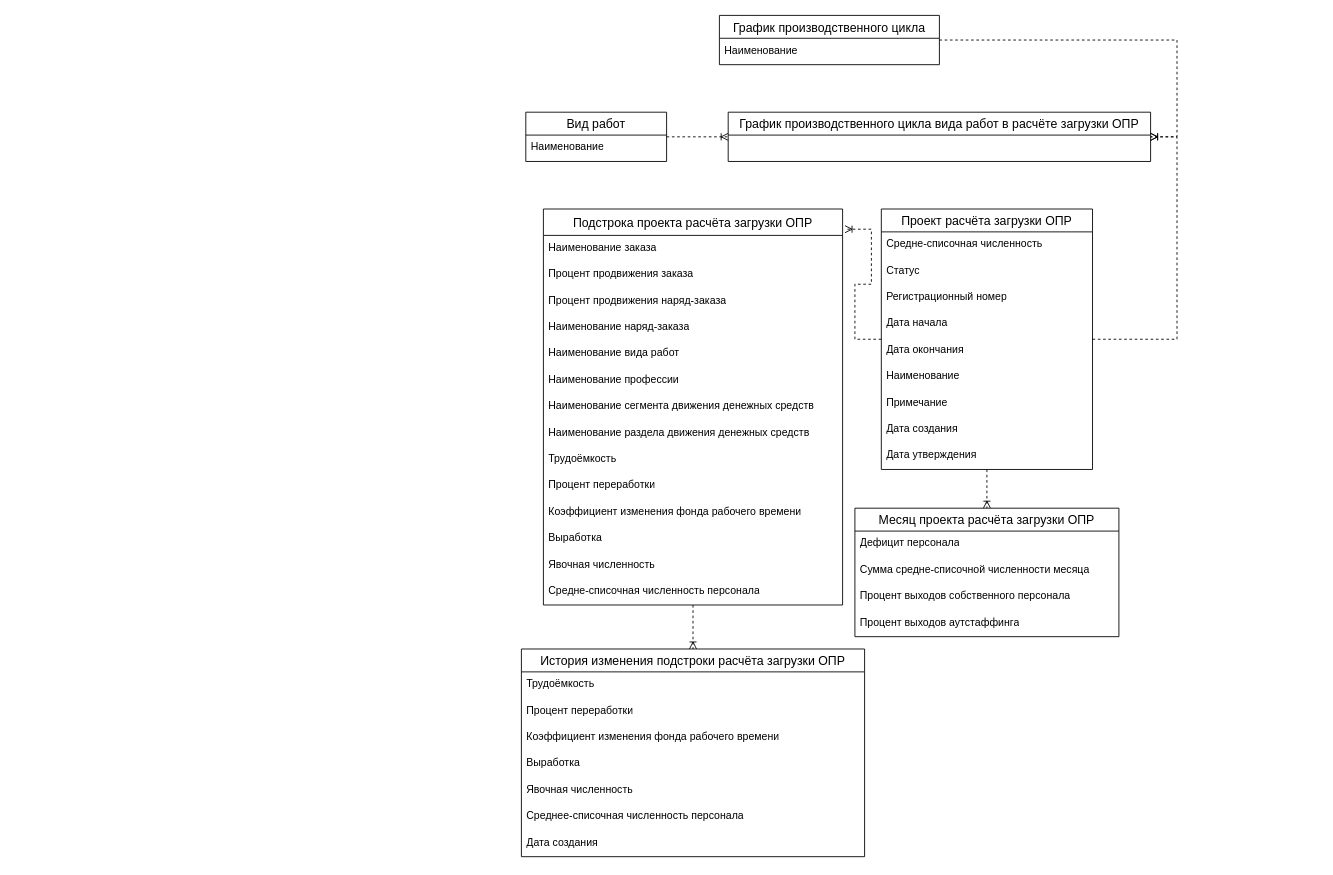
This is Логическая модель базы данных.drawio from VladZainullin/Diploma, a draw.io file, before an edit. Source tidied: cells renumbered, new cells numbered last; positions are measured from the earlier drawing's top-left corner, leaving out a move shared by most shapes. Both pictures are drawn from the tidied source at 88%, with x=0, y=0 at pixel (521, 15).
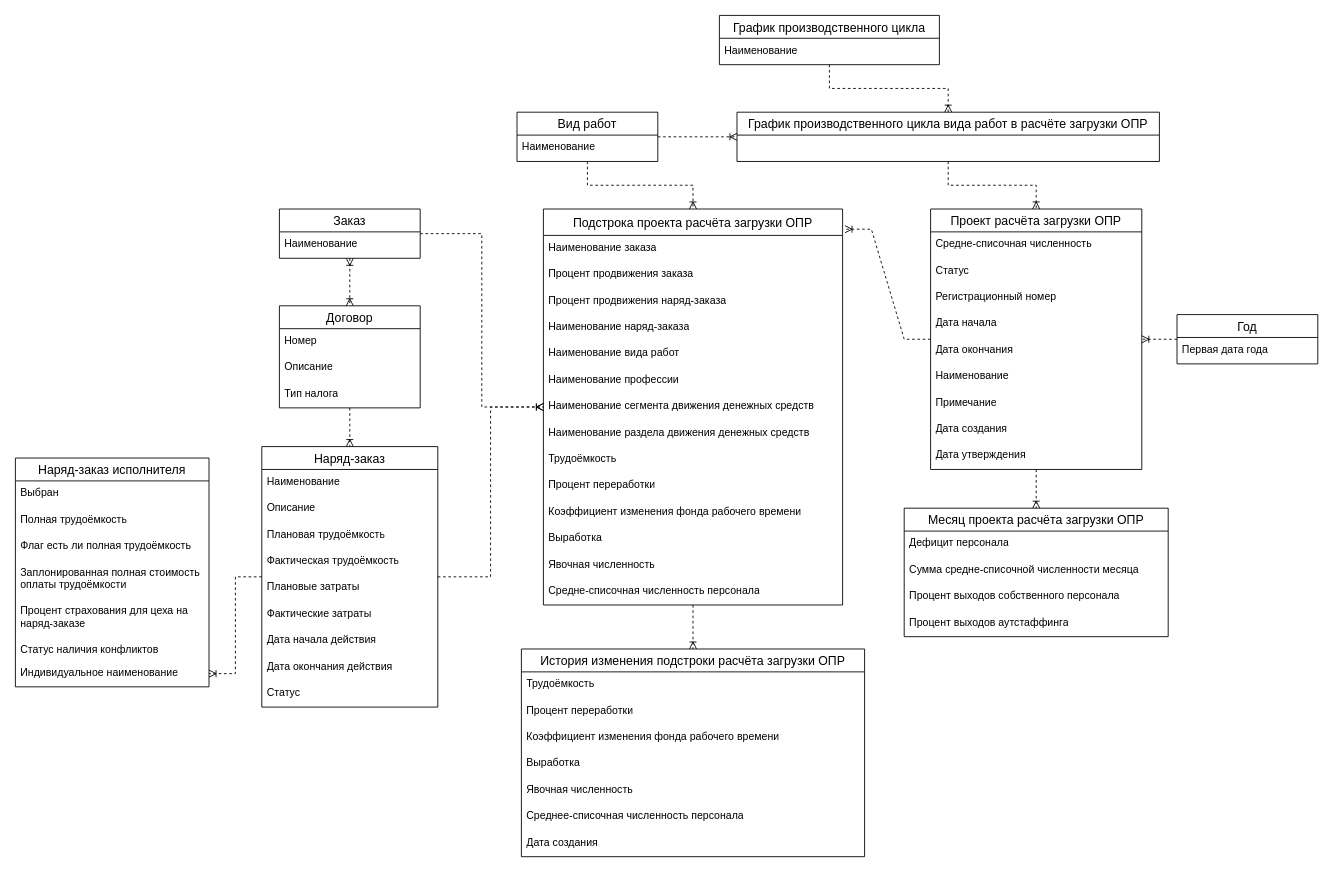
The same page after the edit.

The change refers to these unchanged cells:
```xml
<mxCell id="3" value="Подстрока проекта расчёта загрузки ОПР" style="swimlane;fontStyle=0;horizontal=1;startSize=30;align=center;fontSize=14;" parent="1" vertex="1">
  <mxGeometry x="25" y="220" width="340" height="450" as="geometry" />
</mxCell>
<mxCell id="48" value="График производственного цикла" style="swimlane;fontStyle=0;horizontal=1;startSize=26;align=center;fontSize=14;" parent="1" vertex="1">
  <mxGeometry x="225" width="250" height="56" as="geometry" />
</mxCell>
```

The edit, as a diff of the source:
```diff
@@
     <mxCell id="19" value="Проект расчёта загрузки ОПР" style="swimlane;fontStyle=0;horizontal=1;startSize=26;align=center;fontSize=14;" parent="1" vertex="1">
-      <mxGeometry x="409" y="220" width="240" height="296" as="geometry" />
+      <mxGeometry x="465" y="220" width="240" height="296" as="geometry" />
     </mxCell>
@@
     <mxCell id="30" value="Месяц проекта расчёта загрузки ОПР" style="swimlane;fontStyle=0;horizontal=1;startSize=26;align=center;fontSize=14;" parent="1" vertex="1">
-      <mxGeometry x="379" y="560" width="300" height="146" as="geometry" />
+      <mxGeometry x="435" y="560" width="300" height="146" as="geometry" />
     </mxCell>
@@
+    <mxCell id="51" style="edgeStyle=orthogonalEdgeStyle;rounded=0;jettySize=auto;html=1;dashed=1;endArrow=ERoneToMany;endFill=0;" parent="1" edge="1" source="43" target="19">
+      <mxGeometry relative="1" as="geometry" />
+    </mxCell>
     <mxCell id="43" value="График производственного цикла вида работ в расчёте загрузки ОПР" style="swimlane;fontStyle=0;horizontal=1;startSize=26;align=center;fontSize=14;" parent="1" vertex="1">
-      <mxGeometry x="235" y="110" width="480" height="56" as="geometry" />
+      <mxGeometry x="245" y="110" width="480" height="56" as="geometry" />
     </mxCell>
-    <mxCell id="44" style="edgeStyle=entityRelationEdgeStyle;fontSize=12;html=1;endArrow=ERoneToMany;rounded=0;dashed=1;" parent="1" edge="1" source="19" target="43">
-      <mxGeometry relative="1" as="geometry" />
-    </mxCell>
+    <mxCell id="52" style="edgeStyle=orthogonalEdgeStyle;rounded=0;jettySize=auto;html=1;dashed=1;endArrow=ERoneToMany;endFill=0;" parent="1" edge="1" source="45" target="3">
+      <mxGeometry relative="1" as="geometry" />
+    </mxCell>
     <mxCell id="45" value="Вид работ" style="swimlane;fontStyle=0;horizontal=1;startSize=26;align=center;fontSize=14;" parent="1" vertex="1">
-      <mxGeometry x="5" y="110" width="160" height="56" as="geometry" />
+      <mxGeometry x="-5" y="110" width="160" height="56" as="geometry" />
     </mxCell>
@@
+    <mxCell id="50" style="edgeStyle=orthogonalEdgeStyle;rounded=0;jettySize=auto;html=1;dashed=1;endArrow=ERoneToMany;endFill=0;" parent="1" edge="1" source="48" target="43">
+      <mxGeometry relative="1" as="geometry" />
+    </mxCell>
@@
-    <mxCell id="50" style="edgeStyle=entityRelationEdgeStyle;fontSize=12;html=1;endArrow=ERoneToMany;rounded=0;dashed=1;" parent="1" edge="1" source="48" target="43">
-      <mxGeometry relative="1" as="geometry" />
-    </mxCell>
+    <mxCell id="53" style="edgeStyle=orthogonalEdgeStyle;rounded=0;jettySize=auto;html=1;dashed=1;endArrow=ERoneToMany;endFill=0;" parent="1" edge="1" source="55" target="3">
+      <mxGeometry relative="1" as="geometry" />
+    </mxCell>
+    <mxCell id="54" style="edgeStyle=orthogonalEdgeStyle;rounded=0;jettySize=auto;html=1;dashed=1;endArrow=ERoneToMany;endFill=0;" parent="1" edge="1" source="55" target="72">
+      <mxGeometry relative="1" as="geometry" />
+    </mxCell>
+    <mxCell id="55" value="Наряд-заказ" style="swimlane;fontStyle=0;horizontal=1;startSize=26;align=center;fontSize=14;" parent="1" vertex="1">
+      <mxGeometry x="-295" y="490" width="200" height="296" as="geometry" />
+    </mxCell>
+    <mxCell id="56" value="Наименование" style="text;strokeColor=none;fillColor=none;spacingLeft=4;spacingRight=4;overflow=hidden;fontSize=12;whiteSpace=wrap;html=1;" parent="55" vertex="1">
+      <mxGeometry y="26" width="200" height="30" as="geometry" />
+    </mxCell>
+    <mxCell id="57" value="Описание" style="text;strokeColor=none;fillColor=none;spacingLeft=4;spacingRight=4;overflow=hidden;fontSize=12;whiteSpace=wrap;html=1;" parent="55" vertex="1">
+      <mxGeometry y="56" width="200" height="30" as="geometry" />
+    </mxCell>
+    <mxCell id="58" value="Плановая трудоёмкость" style="text;strokeColor=none;fillColor=none;spacingLeft=4;spacingRight=4;overflow=hidden;fontSize=12;whiteSpace=wrap;html=1;" parent="55" vertex="1">
+      <mxGeometry y="86" width="200" height="30" as="geometry" />
+    </mxCell>
+    <mxCell id="59" value="Фактическая трудоёмкость" style="text;strokeColor=none;fillColor=none;spacingLeft=4;spacingRight=4;overflow=hidden;fontSize=12;whiteSpace=wrap;html=1;" parent="55" vertex="1">
+      <mxGeometry y="116" width="200" height="30" as="geometry" />
+    </mxCell>
+    <mxCell id="60" value="Плановые затраты" style="text;strokeColor=none;fillColor=none;spacingLeft=4;spacingRight=4;overflow=hidden;fontSize=12;whiteSpace=wrap;html=1;" parent="55" vertex="1">
+      <mxGeometry y="146" width="200" height="30" as="geometry" />
+    </mxCell>
+    <mxCell id="61" value="Фактические затраты" style="text;strokeColor=none;fillColor=none;spacingLeft=4;spacingRight=4;overflow=hidden;fontSize=12;whiteSpace=wrap;html=1;" parent="55" vertex="1">
+      <mxGeometry y="176" width="200" height="30" as="geometry" />
+    </mxCell>
+    <mxCell id="62" value="Дата начала действия" style="text;strokeColor=none;fillColor=none;spacingLeft=4;spacingRight=4;overflow=hidden;fontSize=12;whiteSpace=wrap;html=1;" parent="55" vertex="1">
+      <mxGeometry y="206" width="200" height="30" as="geometry" />
+    </mxCell>
+    <mxCell id="63" value="Дата окончания действия" style="text;strokeColor=none;fillColor=none;spacingLeft=4;spacingRight=4;overflow=hidden;fontSize=12;whiteSpace=wrap;html=1;" parent="55" vertex="1">
+      <mxGeometry y="236" width="200" height="30" as="geometry" />
+    </mxCell>
+    <mxCell id="64" value="Статус" style="text;strokeColor=none;fillColor=none;spacingLeft=4;spacingRight=4;overflow=hidden;fontSize=12;whiteSpace=wrap;html=1;" parent="55" vertex="1">
+      <mxGeometry y="266" width="200" height="30" as="geometry" />
+    </mxCell>
+    <mxCell id="65" value="Наряд-заказ исполнителя" style="swimlane;fontStyle=0;horizontal=1;startSize=26;align=center;fontSize=14;" parent="1" vertex="1">
+      <mxGeometry x="-575" y="503" width="220" height="260" as="geometry" />
+    </mxCell>
+    <mxCell id="66" value="Выбран" style="text;strokeColor=none;fillColor=none;spacingLeft=4;spacingRight=4;overflow=hidden;fontSize=12;whiteSpace=wrap;html=1;" parent="65" vertex="1">
+      <mxGeometry y="26" width="220" height="30" as="geometry" />
+    </mxCell>
+    <mxCell id="67" value="Полная трудоёмкость" style="text;strokeColor=none;fillColor=none;spacingLeft=4;spacingRight=4;overflow=hidden;fontSize=12;whiteSpace=wrap;html=1;" parent="65" vertex="1">
+      <mxGeometry y="56" width="220" height="30" as="geometry" />
+    </mxCell>
+    <mxCell id="68" value="Флаг есть ли полная трудоёмкость" style="text;strokeColor=none;fillColor=none;spacingLeft=4;spacingRight=4;overflow=hidden;fontSize=12;whiteSpace=wrap;html=1;" parent="65" vertex="1">
+      <mxGeometry y="86" width="220" height="30" as="geometry" />
+    </mxCell>
+    <mxCell id="69" value="Заплонированная полная стоимость оплаты трудоёмкости" style="text;strokeColor=none;fillColor=none;spacingLeft=4;spacingRight=4;overflow=hidden;fontSize=12;whiteSpace=wrap;html=1;" parent="65" vertex="1">
+      <mxGeometry y="116" width="220" height="44" as="geometry" />
+    </mxCell>
+    <mxCell id="70" value="Процент страхования для цеха на наряд-заказе" style="text;strokeColor=none;fillColor=none;spacingLeft=4;spacingRight=4;overflow=hidden;fontSize=12;whiteSpace=wrap;html=1;" parent="65" vertex="1">
+      <mxGeometry y="160" width="220" height="44" as="geometry" />
+    </mxCell>
+    <mxCell id="71" value="Статус наличия конфликтов" style="text;strokeColor=none;fillColor=none;spacingLeft=4;spacingRight=4;overflow=hidden;fontSize=12;whiteSpace=wrap;html=1;" parent="65" vertex="1">
+      <mxGeometry y="204" width="220" height="26" as="geometry" />
+    </mxCell>
+    <mxCell id="72" value="Индивидуальное наименование" style="text;strokeColor=none;fillColor=none;spacingLeft=4;spacingRight=4;overflow=hidden;points=[[0,0.5],[1,0.5]];portConstraint=eastwest;fontSize=12;whiteSpace=wrap;html=1;" parent="65" vertex="1">
+      <mxGeometry y="230" width="220" height="30" as="geometry" />
+    </mxCell>
+    <mxCell id="73" style="edgeStyle=orthogonalEdgeStyle;rounded=0;jettySize=auto;html=1;dashed=1;endArrow=ERoneToMany;endFill=0;" parent="1" edge="1" source="74" target="19">
+      <mxGeometry relative="1" as="geometry" />
+    </mxCell>
+    <mxCell id="74" value="Год" style="swimlane;fontStyle=0;horizontal=1;startSize=26;align=center;fontSize=14;" parent="1" vertex="1">
+      <mxGeometry x="745" y="340" width="160" height="56" as="geometry" />
+    </mxCell>
+    <mxCell id="75" value="Первая дата года" style="text;strokeColor=none;fillColor=none;spacingLeft=4;spacingRight=4;overflow=hidden;fontSize=12;whiteSpace=wrap;html=1;" parent="74" vertex="1">
+      <mxGeometry y="26" width="160" height="30" as="geometry" />
+    </mxCell>
+    <mxCell id="76" style="edgeStyle=orthogonalEdgeStyle;rounded=0;jettySize=auto;html=1;dashed=1;endArrow=ERoneToMany;endFill=0;" parent="1" edge="1" source="77" target="55">
+      <mxGeometry relative="1" as="geometry" />
+    </mxCell>
+    <mxCell id="77" value="Договор" style="swimlane;fontStyle=0;horizontal=1;startSize=26;align=center;fontSize=14;" parent="1" vertex="1">
+      <mxGeometry x="-275" y="330" width="160" height="116" as="geometry" />
+    </mxCell>
+    <mxCell id="78" value="Номер" style="text;strokeColor=none;fillColor=none;spacingLeft=4;spacingRight=4;overflow=hidden;fontSize=12;whiteSpace=wrap;html=1;" parent="77" vertex="1">
+      <mxGeometry y="26" width="160" height="30" as="geometry" />
+    </mxCell>
+    <mxCell id="79" value="Описание" style="text;strokeColor=none;fillColor=none;spacingLeft=4;spacingRight=4;overflow=hidden;fontSize=12;whiteSpace=wrap;html=1;" parent="77" vertex="1">
+      <mxGeometry y="56" width="160" height="30" as="geometry" />
+    </mxCell>
+    <mxCell id="80" value="Тип налога" style="text;strokeColor=none;fillColor=none;spacingLeft=4;spacingRight=4;overflow=hidden;fontSize=12;whiteSpace=wrap;html=1;" parent="77" vertex="1">
+      <mxGeometry y="86" width="160" height="30" as="geometry" />
+    </mxCell>
+    <mxCell id="81" style="edgeStyle=orthogonalEdgeStyle;rounded=0;jettySize=auto;html=1;dashed=1;endArrow=ERoneToMany;endFill=0;" parent="1" edge="1" source="83" target="3">
+      <mxGeometry relative="1" as="geometry" />
+    </mxCell>
+    <mxCell id="82" style="edgeStyle=orthogonalEdgeStyle;rounded=0;jettySize=auto;html=1;entryX=0.5;entryY=0;entryDx=0;entryDy=0;dashed=1;startArrow=ERoneToMany;startFill=0;endArrow=ERoneToMany;endFill=0;" parent="1" edge="1" source="83" target="77">
+      <mxGeometry relative="1" as="geometry" />
+    </mxCell>
+    <mxCell id="83" value="Заказ" style="swimlane;fontStyle=0;horizontal=1;startSize=26;align=center;fontSize=14;" parent="1" vertex="1">
+      <mxGeometry x="-275" y="220" width="160" height="56" as="geometry" />
+    </mxCell>
+    <mxCell id="84" value="Наименование" style="text;strokeColor=none;fillColor=none;spacingLeft=4;spacingRight=4;overflow=hidden;fontSize=12;whiteSpace=wrap;html=1;" parent="83" vertex="1">
+      <mxGeometry y="26" width="160" height="30" as="geometry" />
+    </mxCell>
```
